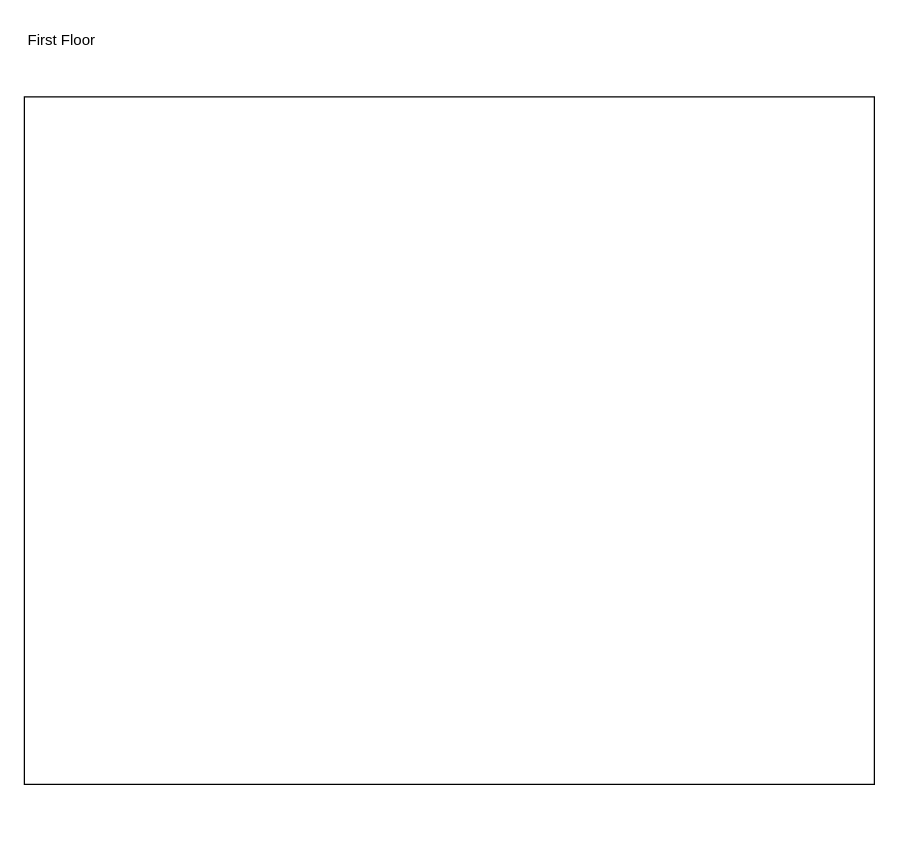
mbwoodard/wirelessnetworking keeps this draw.io diagram as page "Floor 1" (1 of 4) of WirelessNetworkDesign.drawio. Above is the earlier version. Source tidied: cells renumbered, new cells numbered last; positions are measured from the earlier drawing's top-left corner, leaving out a move shared by most shapes. Both pictures are drawn from the tidied source at 125%, with x=0, y=0 at pixel (24, 21).
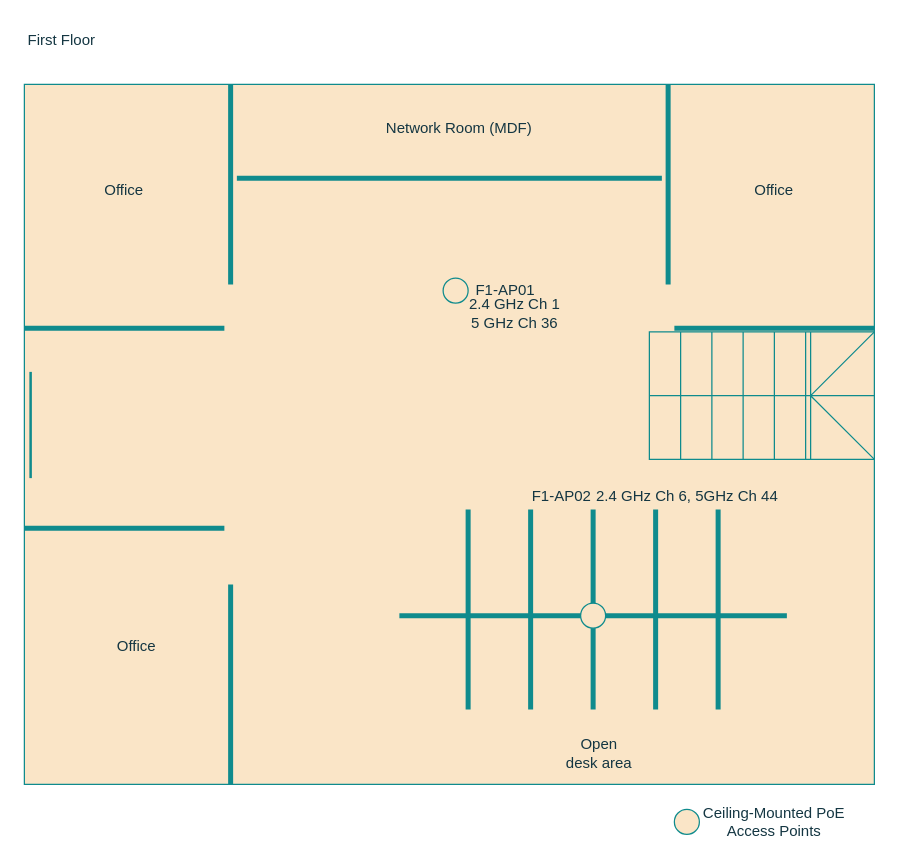
The same diagram, later.

Change to the diagram source:
```diff
@@
-    <mxCell id="2" style="rounded=0;whiteSpace=wrap;html=1;" parent="1" vertex="1">
-      <mxGeometry y="60" width="680" height="550" as="geometry" />
+    <mxCell id="2" value="&lt;div&gt;&lt;br&gt;&lt;/div&gt;" style="rounded=0;whiteSpace=wrap;html=1;labelBackgroundColor=none;fillColor=#FAE5C7;strokeColor=#0F8B8D;fontColor=#143642;" parent="1" vertex="1">
+      <mxGeometry y="50" width="680" height="560" as="geometry" />
     </mxCell>
-    <mxCell id="3" value="First Floor" style="text;html=1;whiteSpace=wrap;strokeColor=none;fillColor=none;align=center;verticalAlign=middle;rounded=0;" parent="1" vertex="1">
+    <mxCell id="3" value="First Floor" style="text;html=1;whiteSpace=wrap;strokeColor=none;fillColor=none;align=center;verticalAlign=middle;rounded=0;labelBackgroundColor=none;fontColor=#143642;" parent="1" vertex="1">
       <mxGeometry width="60" height="30" as="geometry" />
     </mxCell>
+    <mxCell id="4" style="line;strokeWidth=2;direction=south;html=1;labelBackgroundColor=none;fillColor=#FAE5C7;strokeColor=#0F8B8D;fontColor=#143642;" parent="1" vertex="1">
+      <mxGeometry y="280" width="10" height="85" as="geometry" />
+    </mxCell>
+    <mxCell id="5" style="line;strokeWidth=4;html=1;perimeter=backbonePerimeter;labelBackgroundColor=none;fillColor=#FAE5C7;strokeColor=#0F8B8D;fontColor=#143642;" parent="1" vertex="1">
+      <mxGeometry y="400" width="160" height="10" as="geometry" />
+    </mxCell>
+    <mxCell id="6" style="line;strokeWidth=4;direction=south;html=1;perimeter=backbonePerimeter;labelBackgroundColor=none;fillColor=#FAE5C7;strokeColor=#0F8B8D;fontColor=#143642;" parent="1" vertex="1">
+      <mxGeometry x="160" y="450" width="10" height="160" as="geometry" />
+    </mxCell>
+    <mxCell id="7" style="line;strokeWidth=4;html=1;perimeter=backbonePerimeter;labelBackgroundColor=none;fillColor=#FAE5C7;strokeColor=#0F8B8D;fontColor=#143642;" parent="1" vertex="1">
+      <mxGeometry y="240" width="160" height="10" as="geometry" />
+    </mxCell>
+    <mxCell id="8" style="line;strokeWidth=4;direction=south;html=1;perimeter=backbonePerimeter;labelBackgroundColor=none;fillColor=#FAE5C7;strokeColor=#0F8B8D;fontColor=#143642;" parent="1" vertex="1">
+      <mxGeometry x="160" y="50" width="10" height="160" as="geometry" />
+    </mxCell>
+    <mxCell id="9" style="line;strokeWidth=4;html=1;perimeter=backbonePerimeter;labelBackgroundColor=none;fillColor=#FAE5C7;strokeColor=#0F8B8D;fontColor=#143642;" parent="1" vertex="1">
+      <mxGeometry x="170" y="120" width="340" height="10" as="geometry" />
+    </mxCell>
+    <mxCell id="10" style="line;strokeWidth=4;direction=south;html=1;perimeter=backbonePerimeter;labelBackgroundColor=none;fillColor=#FAE5C7;strokeColor=#0F8B8D;fontColor=#143642;" parent="1" vertex="1">
+      <mxGeometry x="510" y="50" width="10" height="160" as="geometry" />
+    </mxCell>
+    <mxCell id="11" style="line;strokeWidth=4;html=1;perimeter=backbonePerimeter;labelBackgroundColor=none;fillColor=#FAE5C7;strokeColor=#0F8B8D;fontColor=#143642;" parent="1" vertex="1">
+      <mxGeometry x="520" y="240" width="160" height="10" as="geometry" />
+    </mxCell>
+    <mxCell id="12" style="line;strokeWidth=4;html=1;perimeter=backbonePerimeter;labelBackgroundColor=none;fillColor=#FAE5C7;strokeColor=#0F8B8D;fontColor=#143642;" parent="1" vertex="1">
+      <mxGeometry x="300" y="470" width="310" height="10" as="geometry" />
+    </mxCell>
+    <mxCell id="13" style="line;strokeWidth=4;direction=south;html=1;perimeter=backbonePerimeter;labelBackgroundColor=none;fillColor=#FAE5C7;strokeColor=#0F8B8D;fontColor=#143642;" parent="1" vertex="1">
+      <mxGeometry x="350" y="390" width="10" height="160" as="geometry" />
+    </mxCell>
+    <mxCell id="14" style="line;strokeWidth=4;direction=south;html=1;perimeter=backbonePerimeter;labelBackgroundColor=none;fillColor=#FAE5C7;strokeColor=#0F8B8D;fontColor=#143642;" parent="1" vertex="1">
+      <mxGeometry x="400" y="390" width="10" height="160" as="geometry" />
+    </mxCell>
+    <mxCell id="15" style="line;strokeWidth=4;direction=south;html=1;perimeter=backbonePerimeter;labelBackgroundColor=none;fillColor=#FAE5C7;strokeColor=#0F8B8D;fontColor=#143642;" parent="1" vertex="1">
+      <mxGeometry x="450" y="390" width="10" height="160" as="geometry" />
+    </mxCell>
+    <mxCell id="16" style="line;strokeWidth=4;direction=south;html=1;perimeter=backbonePerimeter;labelBackgroundColor=none;fillColor=#FAE5C7;strokeColor=#0F8B8D;fontColor=#143642;" parent="1" vertex="1">
+      <mxGeometry x="500" y="390" width="10" height="160" as="geometry" />
+    </mxCell>
+    <mxCell id="17" style="line;strokeWidth=4;direction=south;html=1;perimeter=backbonePerimeter;labelBackgroundColor=none;fillColor=#FAE5C7;strokeColor=#0F8B8D;fontColor=#143642;" parent="1" vertex="1">
+      <mxGeometry x="550" y="390" width="10" height="160" as="geometry" />
+    </mxCell>
+    <mxCell id="18" value="Network Room (MDF)" style="text;html=1;whiteSpace=wrap;strokeColor=none;fillColor=none;align=center;verticalAlign=middle;rounded=0;labelBackgroundColor=none;fontColor=#143642;" parent="1" vertex="1">
+      <mxGeometry x="272.5" y="70" width="150" height="30" as="geometry" />
+    </mxCell>
+    <mxCell id="19" value="F1-AP01" style="text;html=1;whiteSpace=wrap;strokeColor=none;fillColor=none;align=center;verticalAlign=middle;rounded=0;labelBackgroundColor=none;fontColor=#143642;" parent="1" vertex="1">
+      <mxGeometry x="355" y="200" width="60" height="30" as="geometry" />
+    </mxCell>
+    <mxCell id="20" value="F1-AP02" style="text;html=1;whiteSpace=wrap;strokeColor=none;fillColor=none;align=center;verticalAlign=middle;rounded=0;labelBackgroundColor=none;fontColor=#143642;" parent="1" vertex="1">
+      <mxGeometry x="400" y="365" width="60" height="30" as="geometry" />
+    </mxCell>
+    <mxCell id="21" value="Office" style="text;html=1;whiteSpace=wrap;strokeColor=none;fillColor=none;align=center;verticalAlign=middle;rounded=0;labelBackgroundColor=none;fontColor=#143642;" parent="1" vertex="1">
+      <mxGeometry x="50" y="120" width="60" height="30" as="geometry" />
+    </mxCell>
+    <mxCell id="22" value="Office" style="text;html=1;whiteSpace=wrap;strokeColor=none;fillColor=none;align=center;verticalAlign=middle;rounded=0;labelBackgroundColor=none;fontColor=#143642;" parent="1" vertex="1">
+      <mxGeometry x="570" y="120" width="60" height="30" as="geometry" />
+    </mxCell>
+    <mxCell id="23" value="Office" style="text;html=1;whiteSpace=wrap;strokeColor=none;fillColor=none;align=center;verticalAlign=middle;rounded=0;labelBackgroundColor=none;fontColor=#143642;" parent="1" vertex="1">
+      <mxGeometry x="60" y="485" width="60" height="30" as="geometry" />
+    </mxCell>
+    <mxCell id="24" value="Open desk area" style="text;html=1;whiteSpace=wrap;strokeColor=none;fillColor=none;align=center;verticalAlign=middle;rounded=0;labelBackgroundColor=none;fontColor=#143642;" parent="1" vertex="1">
+      <mxGeometry x="430" y="570" width="60" height="30" as="geometry" />
+    </mxCell>
+    <mxCell id="25" style="ellipse;whiteSpace=wrap;html=1;shapeInside=1;labelBackgroundColor=none;fillColor=#FAE5C7;strokeColor=#0F8B8D;fontColor=#143642;" parent="1" vertex="1">
+      <mxGeometry x="335" y="205" width="20" height="20" as="geometry" />
+    </mxCell>
+    <mxCell id="26" style="ellipse;whiteSpace=wrap;html=1;shapeInside=1;labelBackgroundColor=none;fillColor=#FAE5C7;strokeColor=#0F8B8D;fontColor=#143642;" parent="1" vertex="1">
+      <mxGeometry x="445" y="465" width="20" height="20" as="geometry" />
+    </mxCell>
+    <mxCell id="27" style="ellipse;whiteSpace=wrap;html=1;shapeInside=1;labelBackgroundColor=none;fillColor=#FAE5C7;strokeColor=#0F8B8D;fontColor=#143642;" parent="1" vertex="1">
+      <mxGeometry x="520" y="630" width="20" height="20" as="geometry" />
+    </mxCell>
+    <mxCell id="28" value="Ceiling-Mounted PoE&lt;div&gt;Access Points&lt;/div&gt;" style="text;html=1;whiteSpace=wrap;strokeColor=none;fillColor=none;align=center;verticalAlign=middle;rounded=0;labelBackgroundColor=none;fontColor=#143642;" parent="1" vertex="1">
+      <mxGeometry x="530" y="625" width="140" height="30" as="geometry" />
+    </mxCell>
+    <mxCell id="29" style="verticalLabelPosition=bottom;html=1;verticalAlign=top;align=center;shape=mxgraph.floorplan.stairsRest;labelBackgroundColor=none;fillColor=#FAE5C7;strokeColor=#0F8B8D;fontColor=#143642;" parent="1" vertex="1">
+      <mxGeometry x="500" y="248" width="180" height="102" as="geometry" />
+    </mxCell>
+    <mxCell id="30" value="2.4 GHz Ch 1&lt;div&gt;5 GHz Ch 36&lt;/div&gt;" style="text;html=1;whiteSpace=wrap;strokeColor=none;fillColor=none;align=center;verticalAlign=middle;rounded=0;labelBackgroundColor=none;fontColor=#143642;" parent="1" vertex="1">
+      <mxGeometry x="340" y="218" width="105" height="30" as="geometry" />
+    </mxCell>
+    <mxCell id="31" value="2.4 GHz Ch 6, 5GHz Ch 44" style="text;html=1;whiteSpace=wrap;strokeColor=none;fillColor=none;align=center;verticalAlign=middle;rounded=0;labelBackgroundColor=none;fontColor=#143642;" parent="1" vertex="1">
+      <mxGeometry x="422.5" y="365" width="215" height="30" as="geometry" />
+    </mxCell>
```
